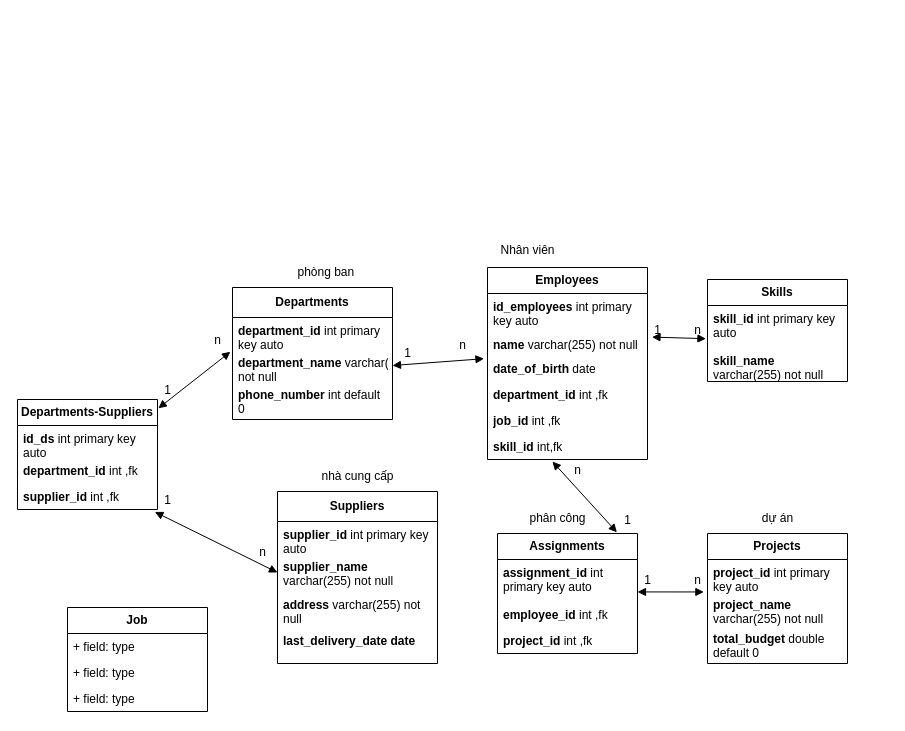
The draw.io diagram Biểu đồ không có tiêu đề.drawio in basonzzzz1/hello_world, before the edit. Source tidied: cells renumbered, new cells numbered last; positions are measured from the earlier drawing's top-left corner, leaving out a move shared by most shapes. Both pictures are drawn from the tidied source at 100%, with x=0, y=0 at pixel (17, 235).
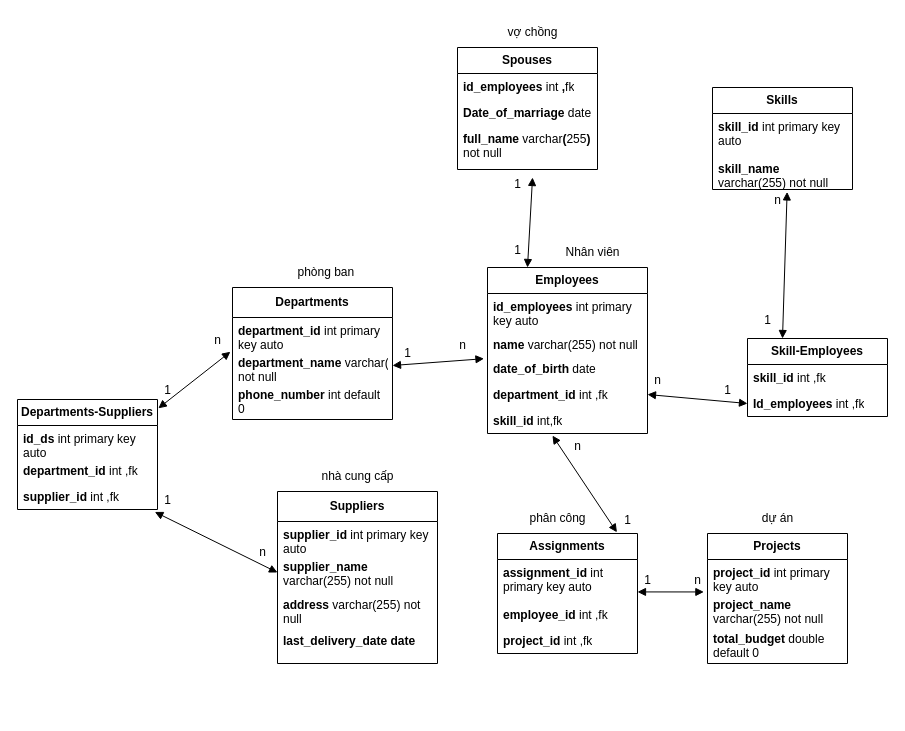
The same diagram, later.

Commit message:
Cập nhật Biểu đồ không có tiêu đề.drawio

The change refers to these unchanged cells:
```xml
<mxCell id="4" value="&lt;b&gt;name &lt;/b&gt;varchar(255) not null" style="text;strokeColor=none;fillColor=none;align=left;verticalAlign=top;spacingLeft=4;spacingRight=4;overflow=hidden;points=[[0,0.5],[1,0.5]];portConstraint=eastwest;whiteSpace=wrap;html=1;" parent="2" vertex="1">
  <mxGeometry y="64" width="160" height="24" as="geometry" />
</mxCell>
<mxCell id="6" value="&lt;b&gt;department_id &lt;/b&gt;int ,fk" style="text;strokeColor=none;fillColor=none;align=left;verticalAlign=top;spacingLeft=4;spacingRight=4;overflow=hidden;points=[[0,0.5],[1,0.5]];portConstraint=eastwest;whiteSpace=wrap;html=1;" parent="2" vertex="1">
  <mxGeometry y="114" width="160" height="26" as="geometry" />
</mxCell>
<mxCell id="24" value="&lt;b&gt;skill_id&amp;nbsp;&lt;/b&gt;int primary key auto" style="text;strokeColor=none;fillColor=none;align=left;verticalAlign=top;spacingLeft=4;spacingRight=4;overflow=hidden;points=[[0,0.5],[1,0.5]];portConstraint=eastwest;whiteSpace=wrap;html=1;" parent="23" vertex="1">
  <mxGeometry y="26" width="140" height="42" as="geometry" />
</mxCell>
<mxCell id="25" value="&lt;b&gt;skill_name &lt;/b&gt;varchar(255) not null" style="text;strokeColor=none;fillColor=none;align=left;verticalAlign=top;spacingLeft=4;spacingRight=4;overflow=hidden;points=[[0,0.5],[1,0.5]];portConstraint=eastwest;whiteSpace=wrap;html=1;" parent="23" vertex="1">
  <mxGeometry y="68" width="140" height="34" as="geometry" />
</mxCell>
```

What changed in the source:
```diff
@@
     <mxCell id="2" value="&lt;b&gt;Employees&lt;/b&gt;" style="swimlane;fontStyle=0;horizontal=1;startSize=26;fillColor=none;whiteSpace=wrap;html=1;" parent="1" vertex="1">
-      <mxGeometry x="470" y="32" width="160" height="192" as="geometry" />
+      <mxGeometry x="470" y="32" width="160" height="166" as="geometry" />
     </mxCell>
@@
-    <mxCell id="7" value="&lt;b&gt;job_id &lt;/b&gt;int ,fk" style="text;strokeColor=none;fillColor=none;align=left;verticalAlign=top;spacingLeft=4;spacingRight=4;overflow=hidden;whiteSpace=wrap;html=1;" parent="2" vertex="1">
-      <mxGeometry y="140" width="160" height="26" as="geometry" />
-    </mxCell>
     <mxCell id="8" value="&lt;b&gt;skill_id &lt;/b&gt;int,fk" style="text;strokeColor=none;fillColor=none;align=left;verticalAlign=top;spacingLeft=4;spacingRight=4;overflow=hidden;points=[[0,0.5],[1,0.5]];portConstraint=eastwest;whiteSpace=wrap;html=1;" parent="2" vertex="1">
-      <mxGeometry y="166" width="160" height="26" as="geometry" />
+      <mxGeometry y="140" width="160" height="26" as="geometry" />
     </mxCell>
@@
     <mxCell id="19" value="Nhân viên" style="text;html=1;align=center;verticalAlign=middle;strokeColor=none;fillColor=none;" parent="1" vertex="1">
-      <mxGeometry x="470" width="80" height="30" as="geometry" />
+      <mxGeometry x="535" y="2" width="80" height="30" as="geometry" />
     </mxCell>
@@
     <mxCell id="23" value="&lt;b&gt;Skills&lt;/b&gt;" style="swimlane;fontStyle=0;horizontal=1;startSize=26;fillColor=none;whiteSpace=wrap;html=1;" parent="1" vertex="1">
-      <mxGeometry x="690" y="44" width="140" height="102" as="geometry" />
+      <mxGeometry x="695" y="-148" width="140" height="102" as="geometry" />
     </mxCell>
@@
-    <mxCell id="26" style="endArrow=block;startArrow=block;endFill=1;startFill=1;html=1;rounded=0;entryX=-0.011;entryY=0.79;entryDx=0;entryDy=0;entryPerimeter=0;exitX=1.028;exitY=0.233;exitDx=0;exitDy=0;exitPerimeter=0;" parent="1" edge="1" source="4" target="24">
+    <mxCell id="26" style="endArrow=block;startArrow=block;endFill=1;startFill=1;html=1;rounded=0;entryX=0;entryY=0.5;entryDx=0;entryDy=0;exitX=1;exitY=0.5;exitDx=0;exitDy=0;" parent="1" edge="1" source="6" target="62">
       <mxGeometry relative="1" as="geometry" />
     </mxCell>
@@
     <mxCell id="53" value="n" style="text;html=1;align=center;verticalAlign=middle;strokeColor=none;fillColor=none;" parent="1" vertex="1">
-      <mxGeometry x="545" y="220" width="30" height="30" as="geometry" />
+      <mxGeometry x="545" y="196" width="30" height="30" as="geometry" />
     </mxCell>
-    <mxCell id="54" value="1" style="text;html=1;align=center;verticalAlign=middle;strokeColor=none;fillColor=none;" parent="1" vertex="1">
-      <mxGeometry x="625" y="80" width="30" height="30" as="geometry" />
-    </mxCell>
-    <mxCell id="55" value="n" style="text;html=1;align=center;verticalAlign=middle;strokeColor=none;fillColor=none;" parent="1" vertex="1">
-      <mxGeometry x="665" y="80" width="30" height="30" as="geometry" />
-    </mxCell>
-    <mxCell id="56" value="&lt;b&gt;Job&lt;/b&gt;" style="swimlane;fontStyle=0;horizontal=1;startSize=26;fillColor=none;whiteSpace=wrap;html=1;" parent="1" vertex="1">
-      <mxGeometry x="50" y="372" width="140" height="104" as="geometry" />
-    </mxCell>
-    <mxCell id="57" value="+ field: type" style="text;strokeColor=none;fillColor=none;align=left;verticalAlign=top;spacingLeft=4;spacingRight=4;overflow=hidden;whiteSpace=wrap;html=1;" parent="56" vertex="1">
-      <mxGeometry y="26" width="140" height="26" as="geometry" />
-    </mxCell>
-    <mxCell id="58" value="+ field: type" style="text;strokeColor=none;fillColor=none;align=left;verticalAlign=top;spacingLeft=4;spacingRight=4;overflow=hidden;whiteSpace=wrap;html=1;" parent="56" vertex="1">
-      <mxGeometry y="52" width="140" height="26" as="geometry" />
-    </mxCell>
-    <mxCell id="59" value="+ field: type" style="text;strokeColor=none;fillColor=none;align=left;verticalAlign=top;spacingLeft=4;spacingRight=4;overflow=hidden;whiteSpace=wrap;html=1;" parent="56" vertex="1">
-      <mxGeometry y="78" width="140" height="26" as="geometry" />
-    </mxCell>
+    <mxCell id="60" value="&lt;b&gt;Skill-Employees&lt;/b&gt;" style="swimlane;fontStyle=0;horizontal=1;startSize=26;fillColor=none;whiteSpace=wrap;html=1;" parent="1" vertex="1">
+      <mxGeometry x="730" y="103" width="140" height="78" as="geometry" />
+    </mxCell>
+    <mxCell id="61" value="&lt;b&gt;skill_id &lt;/b&gt;int ,fk" style="text;strokeColor=none;fillColor=none;align=left;verticalAlign=top;spacingLeft=4;spacingRight=4;overflow=hidden;whiteSpace=wrap;html=1;" parent="60" vertex="1">
+      <mxGeometry y="26" width="140" height="26" as="geometry" />
+    </mxCell>
+    <mxCell id="62" value="&lt;b&gt;Id_employees &lt;/b&gt;int ,fk" style="text;strokeColor=none;fillColor=none;align=left;verticalAlign=top;spacingLeft=4;spacingRight=4;overflow=hidden;points=[[0,0.5],[1,0.5]];portConstraint=eastwest;whiteSpace=wrap;html=1;" parent="60" vertex="1">
+      <mxGeometry y="52" width="140" height="26" as="geometry" />
+    </mxCell>
+    <mxCell id="63" value="n" style="text;html=1;align=center;verticalAlign=middle;strokeColor=none;fillColor=none;" parent="1" vertex="1">
+      <mxGeometry x="625" y="130" width="30" height="30" as="geometry" />
+    </mxCell>
+    <mxCell id="64" value="1" style="text;html=1;align=center;verticalAlign=middle;strokeColor=none;fillColor=none;" parent="1" vertex="1">
+      <mxGeometry x="695" y="140" width="30" height="30" as="geometry" />
+    </mxCell>
+    <mxCell id="65" style="endArrow=block;startArrow=block;endFill=1;startFill=1;html=1;rounded=0;entryX=0.533;entryY=1.071;entryDx=0;entryDy=0;entryPerimeter=0;exitX=0.25;exitY=0;exitDx=0;exitDy=0;" parent="1" edge="1" source="60" target="25">
+      <mxGeometry relative="1" as="geometry" />
+    </mxCell>
+    <mxCell id="66" value="1" style="text;html=1;align=center;verticalAlign=middle;strokeColor=none;fillColor=none;" parent="1" vertex="1">
+      <mxGeometry x="735" y="70" width="30" height="30" as="geometry" />
+    </mxCell>
+    <mxCell id="67" value="n" style="text;html=1;align=center;verticalAlign=middle;strokeColor=none;fillColor=none;" parent="1" vertex="1">
+      <mxGeometry x="745" y="-50" width="30" height="30" as="geometry" />
+    </mxCell>
+    <mxCell id="68" value="&lt;b&gt;Spouses&lt;/b&gt;" style="swimlane;fontStyle=0;horizontal=1;startSize=26;fillColor=none;whiteSpace=wrap;html=1;" parent="1" vertex="1">
+      <mxGeometry x="440" y="-188" width="140" height="122" as="geometry" />
+    </mxCell>
+    <mxCell id="69" value="&lt;b&gt;id_employees &lt;/b&gt;int &lt;b&gt;,&lt;/b&gt;fk" style="text;strokeColor=none;fillColor=none;align=left;verticalAlign=top;spacingLeft=4;spacingRight=4;overflow=hidden;whiteSpace=wrap;html=1;" parent="68" vertex="1">
+      <mxGeometry y="26" width="140" height="26" as="geometry" />
+    </mxCell>
+    <mxCell id="70" value="&lt;b&gt;Date_of_marriage &lt;/b&gt;date" style="text;strokeColor=none;fillColor=none;align=left;verticalAlign=top;spacingLeft=4;spacingRight=4;overflow=hidden;whiteSpace=wrap;html=1;" parent="68" vertex="1">
+      <mxGeometry y="52" width="140" height="26" as="geometry" />
+    </mxCell>
+    <mxCell id="71" value="&lt;b&gt;full_name &lt;/b&gt;varchar&lt;b&gt;(&lt;/b&gt;255&lt;b&gt;) &lt;/b&gt;not null" style="text;strokeColor=none;fillColor=none;align=left;verticalAlign=top;spacingLeft=4;spacingRight=4;overflow=hidden;points=[[0,0.5],[1,0.5]];portConstraint=eastwest;whiteSpace=wrap;html=1;" parent="68" vertex="1">
+      <mxGeometry y="78" width="140" height="44" as="geometry" />
+    </mxCell>
+    <mxCell id="72" value="vợ chồng" style="text;html=1;align=center;verticalAlign=middle;strokeColor=none;fillColor=none;" parent="1" vertex="1">
+      <mxGeometry x="480" y="-218" width="70" height="30" as="geometry" />
+    </mxCell>
+    <mxCell id="73" style="endArrow=block;startArrow=block;endFill=1;startFill=1;html=1;rounded=0;entryX=0.536;entryY=1.182;entryDx=0;entryDy=0;entryPerimeter=0;exitX=0.25;exitY=0;exitDx=0;exitDy=0;" parent="1" edge="1" source="2" target="71">
+      <mxGeometry relative="1" as="geometry" />
+    </mxCell>
+    <mxCell id="74" value="1" style="text;html=1;align=center;verticalAlign=middle;strokeColor=none;fillColor=none;" parent="1" vertex="1">
+      <mxGeometry x="485" width="30" height="30" as="geometry" />
+    </mxCell>
+    <mxCell id="75" value="1" style="text;html=1;align=center;verticalAlign=middle;strokeColor=none;fillColor=none;" parent="1" vertex="1">
+      <mxGeometry x="485" y="-66" width="30" height="30" as="geometry" />
+    </mxCell>
```
